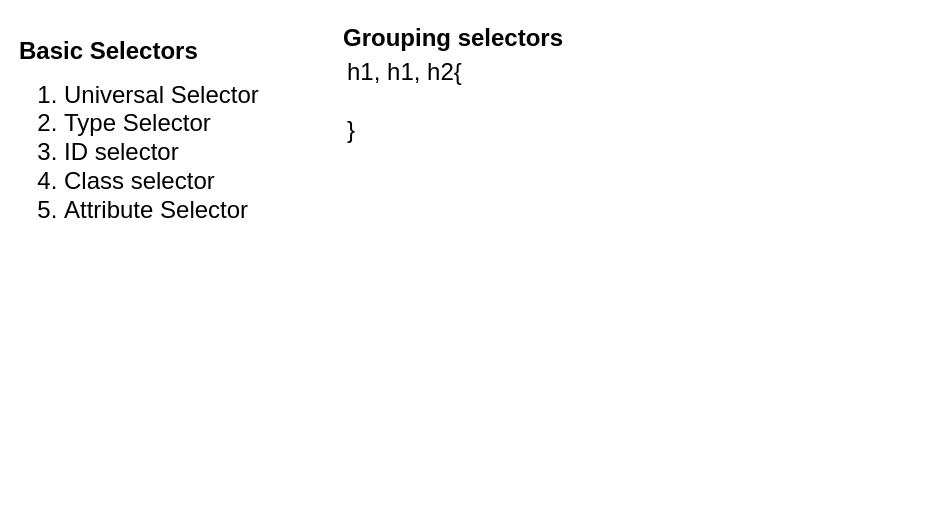
NaashNix/CSS keeps this draw.io diagram as CSS.drawio. Above is the earlier version. Source tidied: cells renumbered, new cells numbered last; positions are measured from the earlier drawing's top-left corner, leaving out a move shared by most shapes. Both pictures are drawn from the tidied source at 100%, with x=0, y=0 at pixel (17, 19).
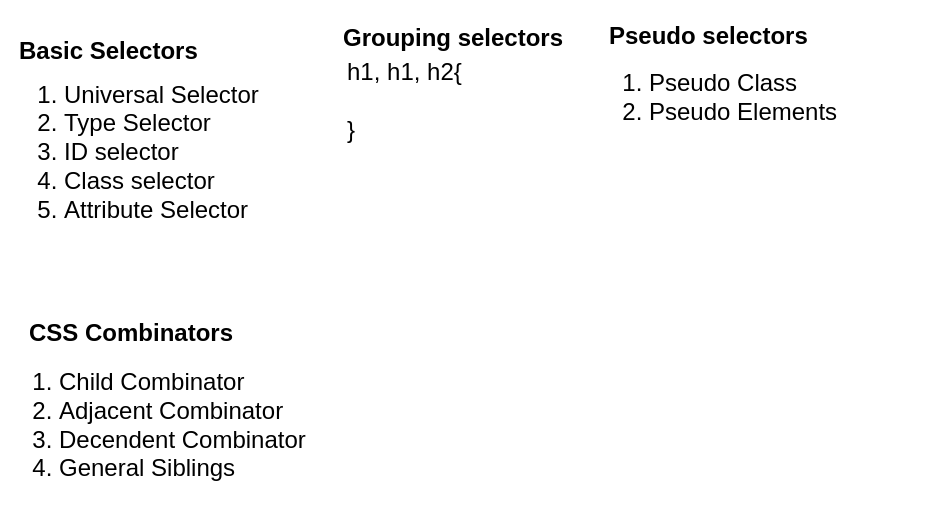
The same diagram, later.

Commit message (it also covers changes not shown here):
Decendant combinator aded

Change to the diagram source:
```diff
@@
 <mxGraphModel>
   <root>
     <mxCell id="0" />
     <mxCell id="1" parent="0" />
     <mxCell id="2" value="Basic Selectors" style="text;html=1;strokeColor=none;fillColor=none;align=left;verticalAlign=middle;whiteSpace=wrap;rounded=0;fontStyle=1;fontSize=24;" parent="1" vertex="1">
       <mxGeometry y="13" width="200" height="37" as="geometry" />
     </mxCell>
     <mxCell id="3" value="&lt;ol&gt;&lt;li&gt;Universal Selector&lt;/li&gt;&lt;li&gt;Type Selector&lt;/li&gt;&lt;li&gt;ID selector&lt;/li&gt;&lt;li&gt;Class selector&lt;/li&gt;&lt;li&gt;Attribute Selector&lt;/li&gt;&lt;/ol&gt;" style="text;html=1;strokeColor=none;fillColor=none;align=left;verticalAlign=middle;whiteSpace=wrap;rounded=0;fontSize=24;" parent="1" vertex="1">
       <mxGeometry x="5" y="43" width="319" height="180" as="geometry" />
     </mxCell>
     <mxCell id="4" value="Grouping selectors" style="text;html=1;strokeColor=none;fillColor=none;align=left;verticalAlign=middle;whiteSpace=wrap;rounded=0;fontStyle=1;fontSize=24;" parent="1" vertex="1">
       <mxGeometry x="324" width="266" height="37" as="geometry" />
     </mxCell>
     <mxCell id="5" value="&lt;span&gt;h1, h1, h2{&lt;/span&gt;&lt;br&gt;&lt;span&gt;&lt;br&gt;}&lt;/span&gt;" style="text;html=1;strokeColor=none;fillColor=none;align=left;verticalAlign=middle;whiteSpace=wrap;rounded=0;fontSize=24;" parent="1" vertex="1">
       <mxGeometry x="328" y="45" width="319" height="73" as="geometry" />
     </mxCell>
+    <mxCell id="6" value="Pseudo selectors" style="text;html=1;strokeColor=none;fillColor=none;align=left;verticalAlign=middle;whiteSpace=wrap;rounded=0;fontStyle=1;fontSize=24;" parent="1" vertex="1">
+      <mxGeometry x="590" y="-2" width="266" height="37" as="geometry" />
+    </mxCell>
+    <mxCell id="7" value="&lt;ol&gt;&lt;li&gt;Pseudo Class&lt;/li&gt;&lt;li&gt;Pseudo Elements&lt;/li&gt;&lt;/ol&gt;" style="text;html=1;strokeColor=none;fillColor=none;align=left;verticalAlign=middle;whiteSpace=wrap;rounded=0;fontSize=24;" parent="1" vertex="1">
+      <mxGeometry x="590" y="39" width="319" height="77" as="geometry" />
+    </mxCell>
+    <mxCell id="8" value="CSS Combinators" style="text;html=1;strokeColor=none;fillColor=none;align=left;verticalAlign=middle;whiteSpace=wrap;rounded=0;fontStyle=1;fontSize=24;" parent="1" vertex="1">
+      <mxGeometry x="10" y="295" width="266" height="37" as="geometry" />
+    </mxCell>
+    <mxCell id="9" value="&lt;ol&gt;&lt;li&gt;Child Combinator&lt;/li&gt;&lt;li&gt;Adjacent Combinator&lt;/li&gt;&lt;li&gt;Decendent Combinator&lt;/li&gt;&lt;li&gt;General Siblings&lt;/li&gt;&lt;/ol&gt;" style="text;html=1;strokeColor=none;fillColor=none;align=left;verticalAlign=middle;whiteSpace=wrap;rounded=0;fontSize=24;" parent="1" vertex="1">
+      <mxGeometry y="316" width="319" height="180" as="geometry" />
+    </mxCell>
   </root>
 </mxGraphModel>
```
